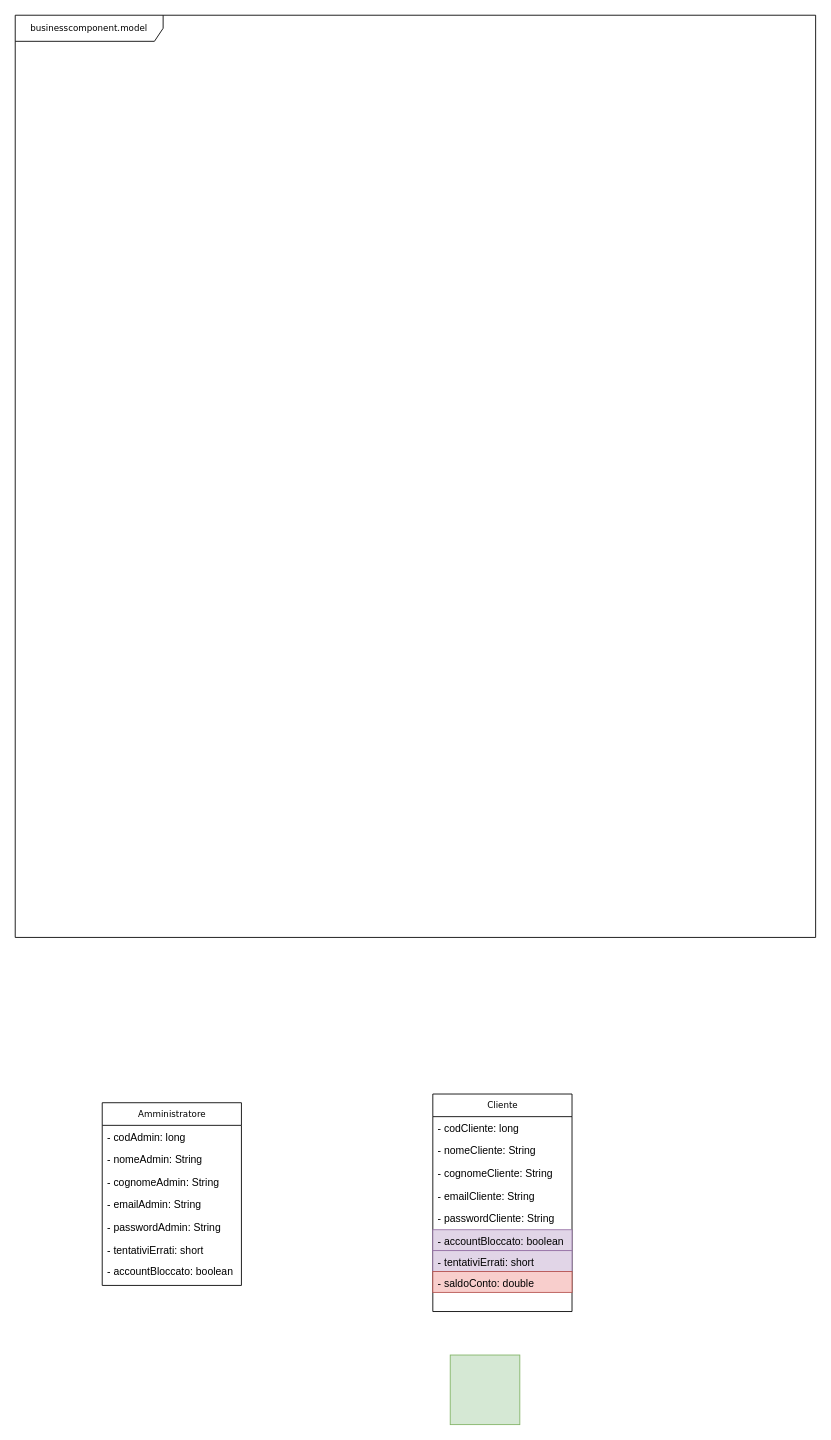
This is page "model" (1 of 3) of DiagrammaCalssi.drawio from davide-vigano-tas/applicazione-bancaria, a draw.io file, before an edit. Source tidied: cells renumbered, new cells numbered last; positions are measured from the earlier drawing's top-left corner, leaving out a move shared by most shapes. Both pictures are drawn from the tidied source at 87%, with x=0, y=0 at pixel (15, 15).
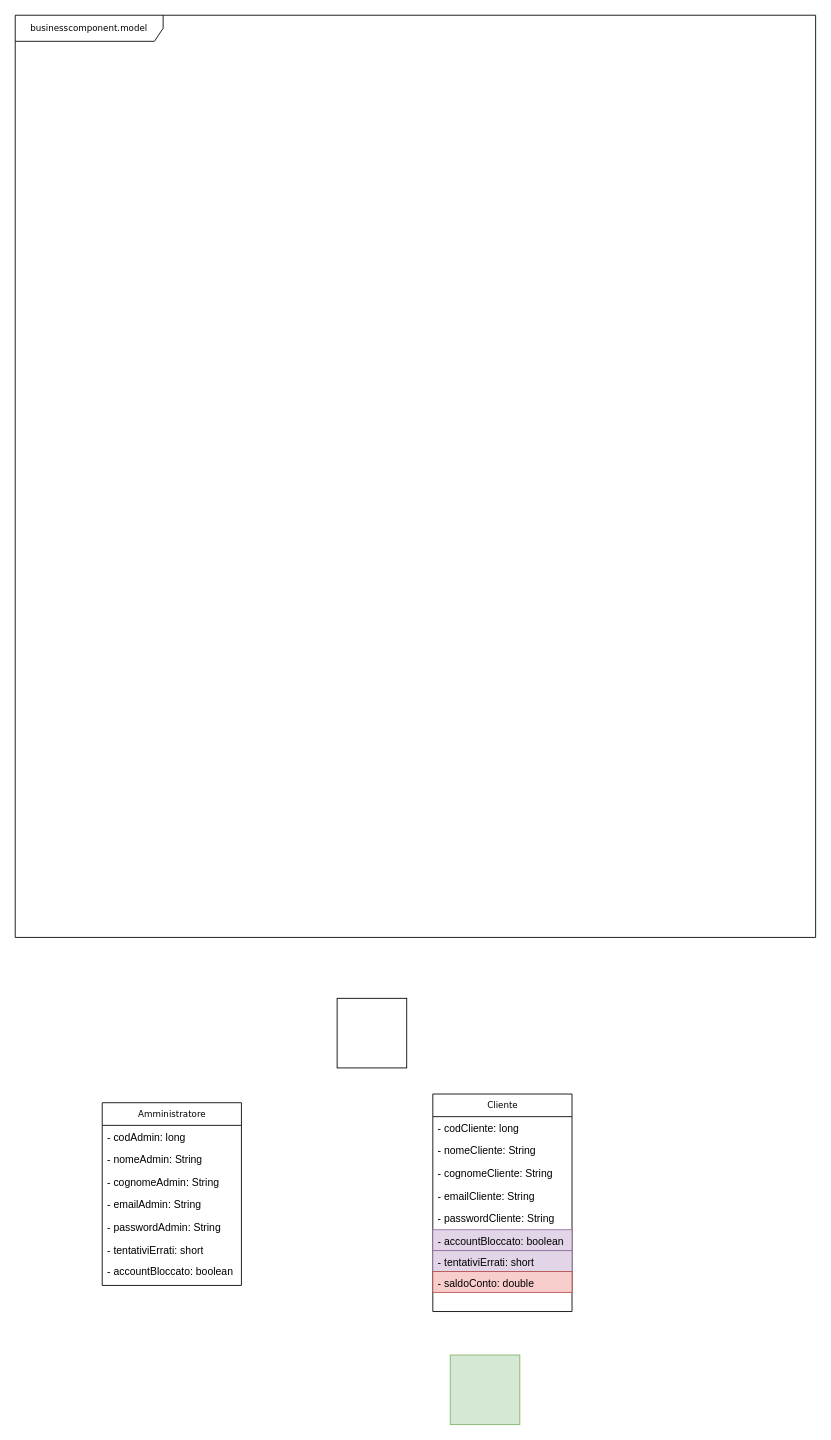
The same diagram, later.

The edit, as a diff of the source:
```diff
@@
+    <mxCell id="22" style="whiteSpace=wrap;html=1;" parent="1" vertex="1">
+      <mxGeometry x="370" y="1130" width="80" height="80" as="geometry" />
+    </mxCell>
```
